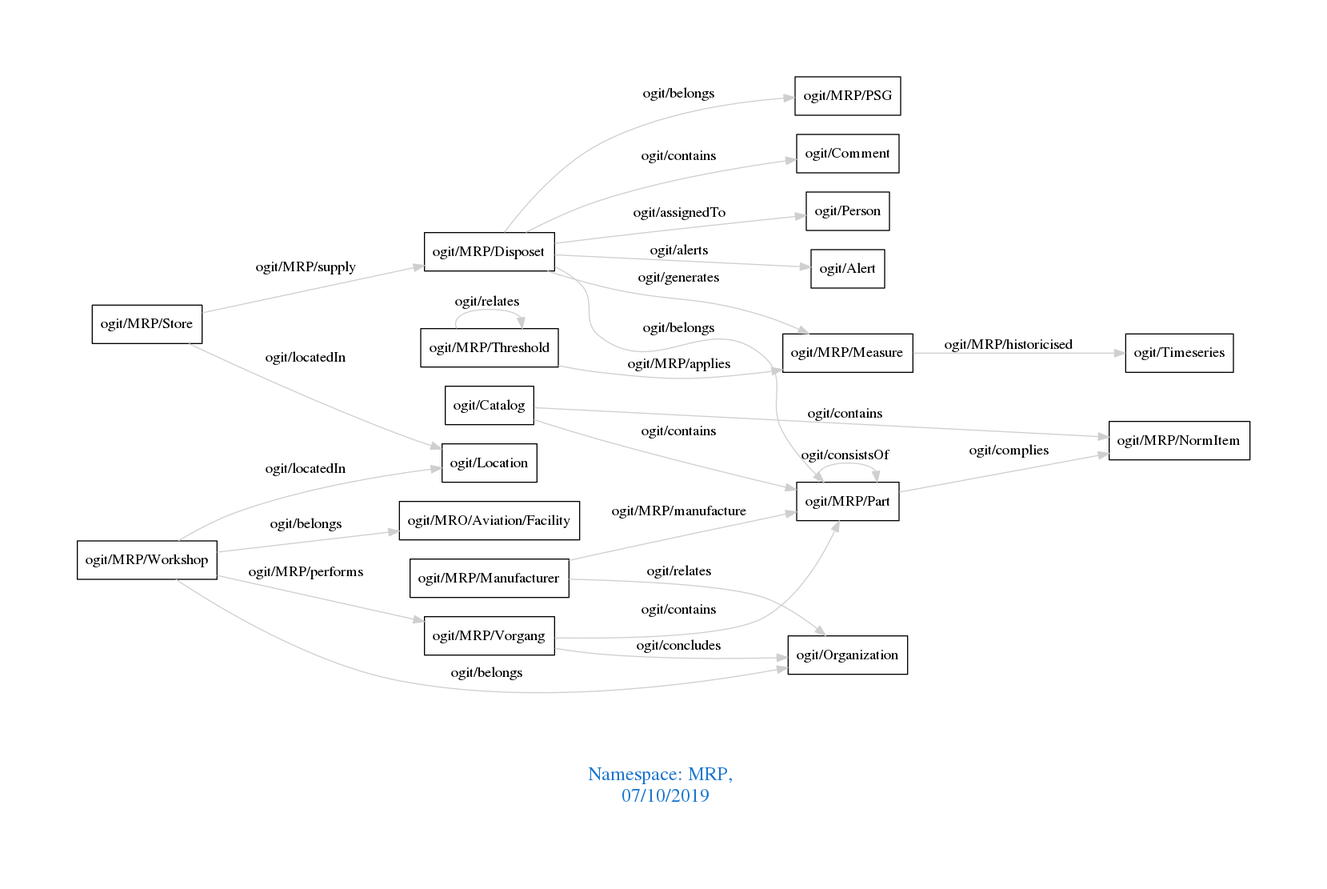
Before: downloads/MRP.png, a diagram exported from Graphviz (arago/OGIT). Its source is kept beside it as downloads/MRP.dot.
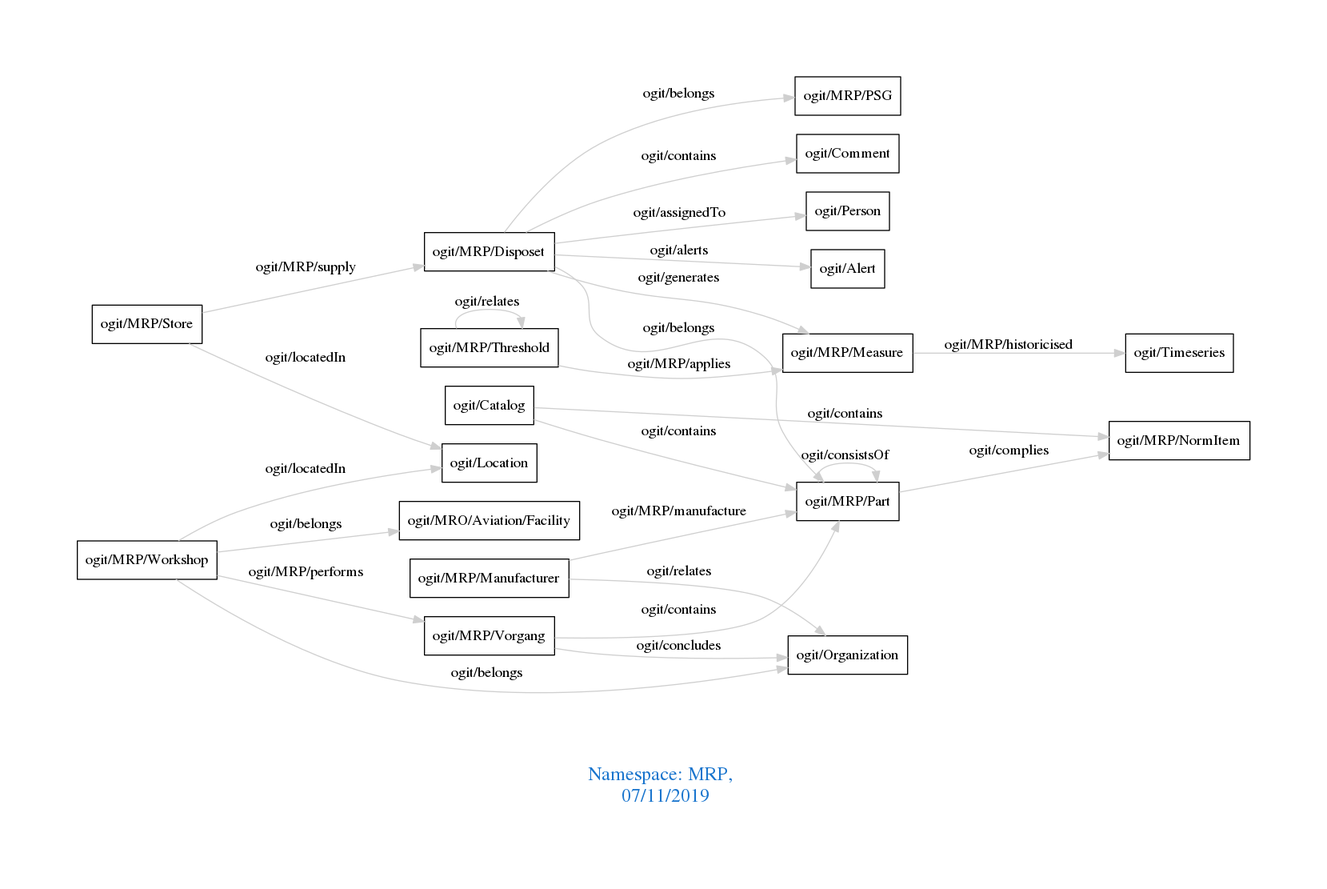
The same file after the commit.

The edit, as a diff of the source:
```diff
@@ -1,7 +1,7 @@
 digraph OGIT_ontology {
  graph [ rankdir= LR,pad=1
 fontsize = 18,
-fontcolor= dodgerblue3,label = "\n\n\nNamespace: MRP, \n 07/10/2019"];
+fontcolor= dodgerblue3,label = "\n\n\nNamespace: MRP, \n 07/11/2019"];
 node[shape=polygon];
 edge [  color="gray81"];
 
```
